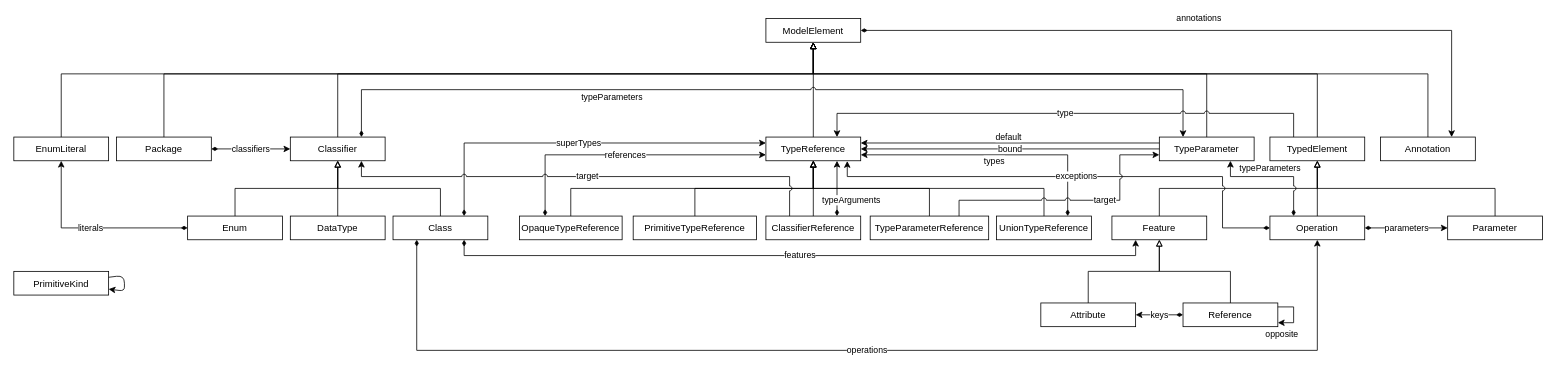
The draw.io diagram model/meta.drawio in Nasdanika-Models/meta, before the edit. Source tidied: cells renumbered, new cells numbered last; positions are measured from the earlier drawing's top-left corner, leaving out a move shared by most shapes. Both pictures are drawn from the tidied source at 79%, with x=0, y=0 at pixel (13, 18).
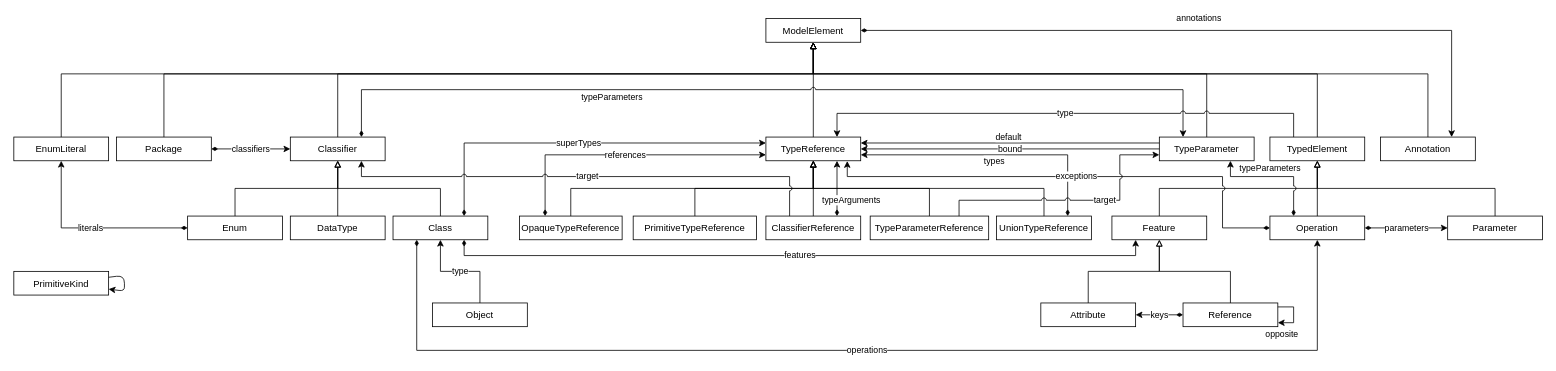
The same page after the edit.

The change refers to these unchanged cells:
```xml
<mxCell id="51" value="Class" parent="1" vertex="1">
  <mxGeometry x="480" y="250" width="120" height="30" as="geometry" />
</mxCell>
```

The edit, as a diff of the source:
```diff
@@
+    <mxCell id="65" value="type" style="edgeStyle=orthogonalEdgeStyle;rounded=0;jettySize=auto;html=1;exitX=0.5;exitY=0;exitDx=0;exitDy=0;entryX=0.5;entryY=1;entryDx=0;entryDy=0;" parent="1" edge="1" source="66" target="51">
+      <mxGeometry relative="1" as="geometry" />
+    </mxCell>
+    <mxCell id="66" value="Object" parent="1" vertex="1">
+      <mxGeometry x="530" y="360" width="120" height="30" as="geometry" />
+    </mxCell>
```
